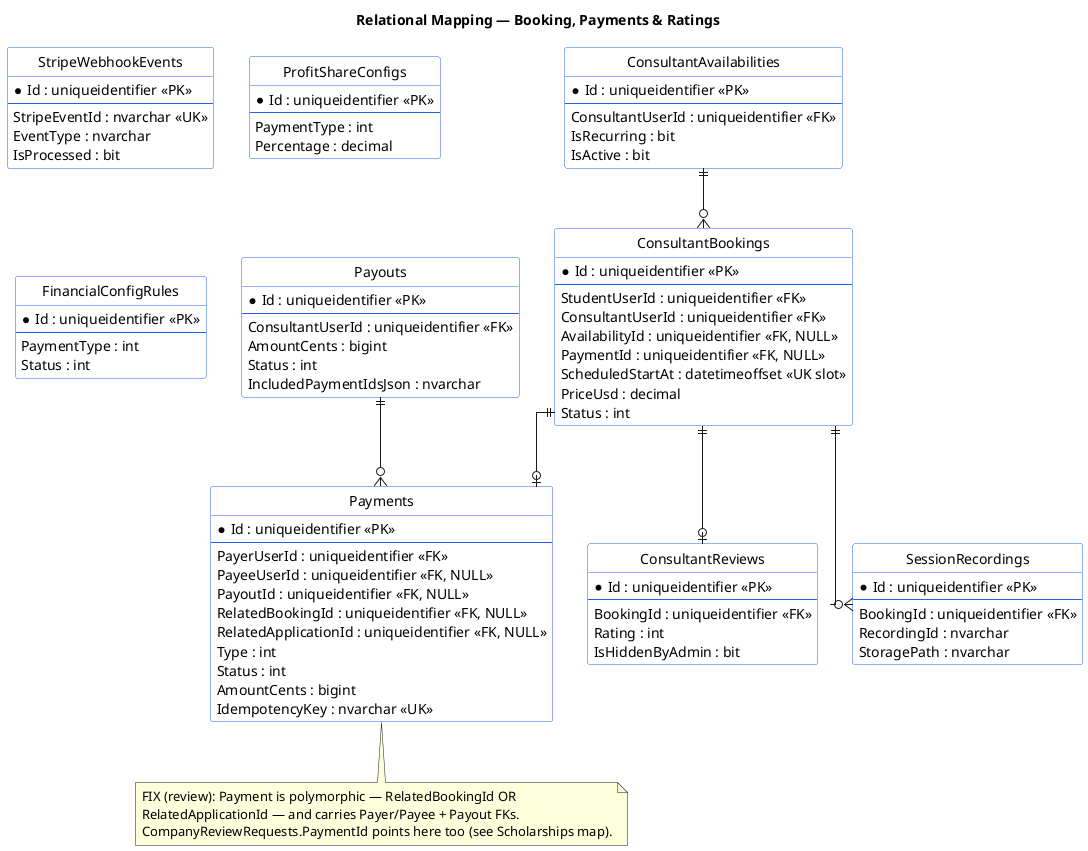
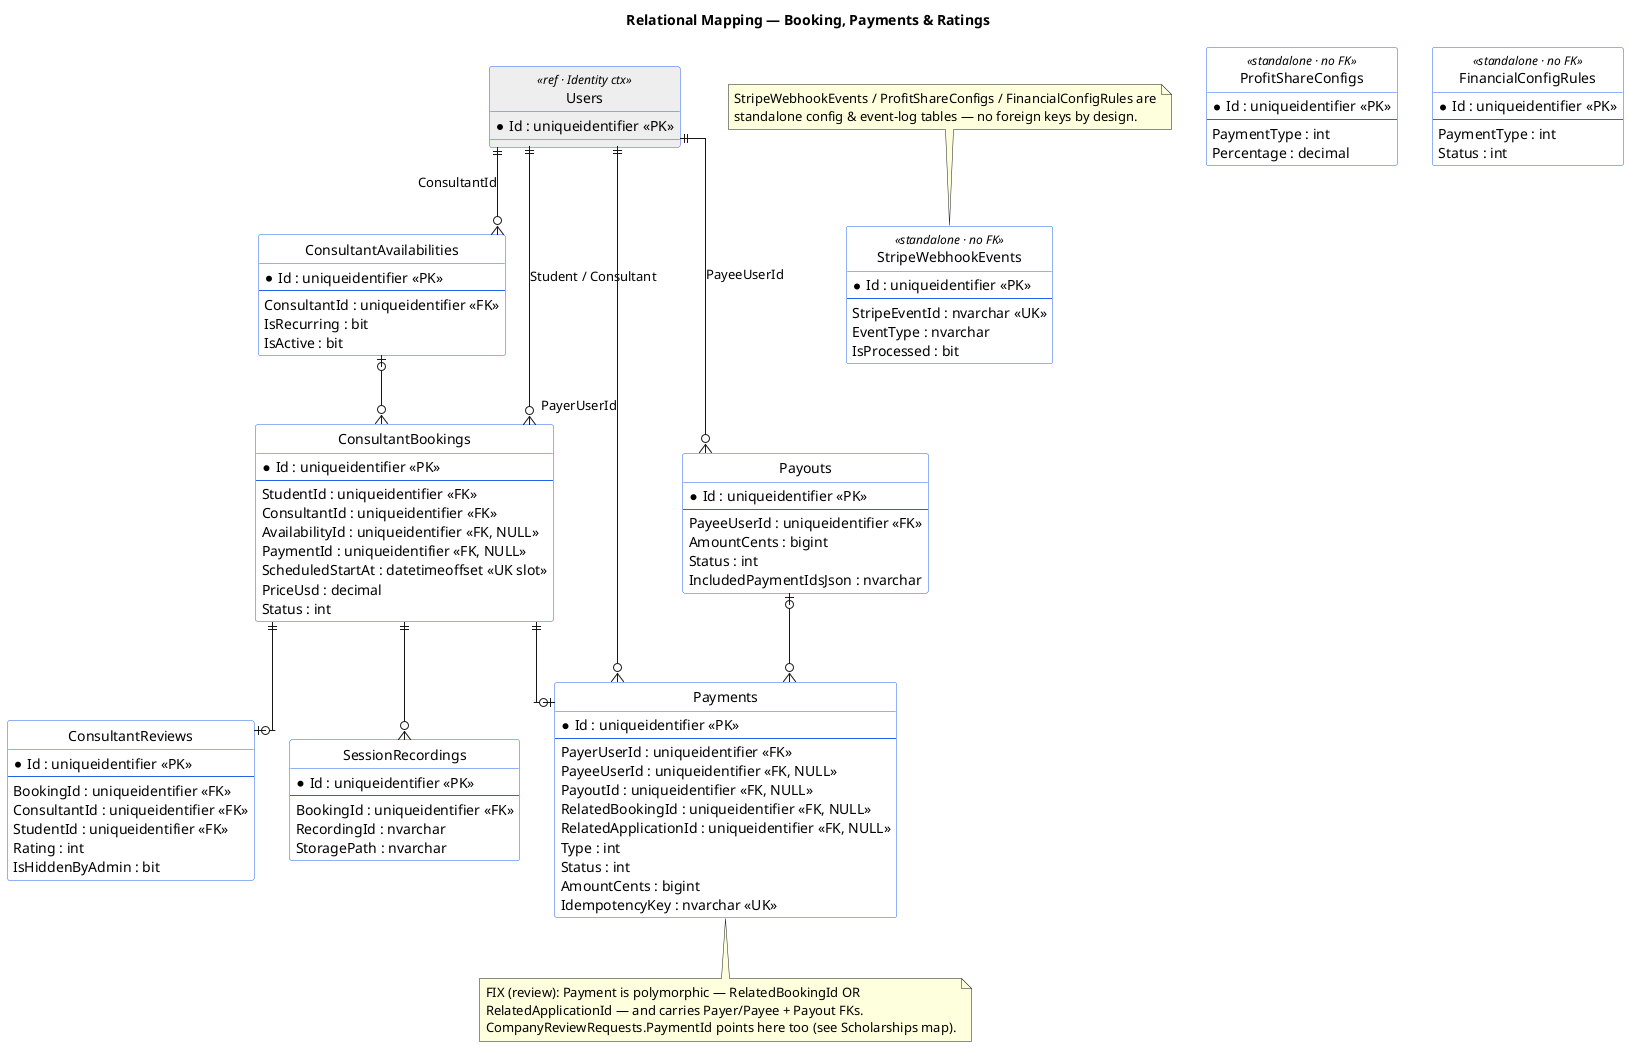
@startuml mapping-03-booking-payments-ratings
title Relational Mapping — Booking, Payments & Ratings

skinparam linetype ortho
hide circle
skinparam class {
  BackgroundColor White
  BorderColor #2563eb
}

+ entity "Users" as users <<ref · Identity ctx>> #EEEEEE {
+   *Id : uniqueidentifier <<PK>>
+ }
+ 
entity "ConsultantAvailabilities" as av {
  *Id : uniqueidentifier <<PK>>
  --
-   ConsultantUserId : uniqueidentifier <<FK>>
+   ConsultantId : uniqueidentifier <<FK>>
  IsRecurring : bit
  IsActive : bit
}

entity "ConsultantBookings" as bk {
  *Id : uniqueidentifier <<PK>>
  --
-   StudentUserId : uniqueidentifier <<FK>>
-   ConsultantUserId : uniqueidentifier <<FK>>
+   StudentId : uniqueidentifier <<FK>>
+   ConsultantId : uniqueidentifier <<FK>>
  AvailabilityId : uniqueidentifier <<FK, NULL>>
  PaymentId : uniqueidentifier <<FK, NULL>>
  ScheduledStartAt : datetimeoffset <<UK slot>>
  PriceUsd : decimal
  Status : int
}

entity "Payments" as pay {
  *Id : uniqueidentifier <<PK>>
  --
  PayerUserId : uniqueidentifier <<FK>>
  PayeeUserId : uniqueidentifier <<FK, NULL>>
  PayoutId : uniqueidentifier <<FK, NULL>>
  RelatedBookingId : uniqueidentifier <<FK, NULL>>
  RelatedApplicationId : uniqueidentifier <<FK, NULL>>
  Type : int
  Status : int
  AmountCents : bigint
  IdempotencyKey : nvarchar <<UK>>
}

entity "Payouts" as po {
  *Id : uniqueidentifier <<PK>>
  --
-   ConsultantUserId : uniqueidentifier <<FK>>
+   PayeeUserId : uniqueidentifier <<FK>>
  AmountCents : bigint
  Status : int
  IncludedPaymentIdsJson : nvarchar
}

entity "ConsultantReviews" as rev {
  *Id : uniqueidentifier <<PK>>
  --
  BookingId : uniqueidentifier <<FK>>
+   ConsultantId : uniqueidentifier <<FK>>
+   StudentId : uniqueidentifier <<FK>>
  Rating : int
  IsHiddenByAdmin : bit
}

entity "SessionRecordings" as rec {
  *Id : uniqueidentifier <<PK>>
  --
  BookingId : uniqueidentifier <<FK>>
  RecordingId : nvarchar
  StoragePath : nvarchar
}

- entity "StripeWebhookEvents" as swe {
+ entity "StripeWebhookEvents" as swe <<standalone · no FK>> {
  *Id : uniqueidentifier <<PK>>
  --
  StripeEventId : nvarchar <<UK>>
  EventType : nvarchar
  IsProcessed : bit
}

- entity "ProfitShareConfigs" as psc {
+ entity "ProfitShareConfigs" as psc <<standalone · no FK>> {
  *Id : uniqueidentifier <<PK>>
  --
  PaymentType : int
  Percentage : decimal
}

- entity "FinancialConfigRules" as fcr {
+ entity "FinancialConfigRules" as fcr <<standalone · no FK>> {
  *Id : uniqueidentifier <<PK>>
  --
  PaymentType : int
  Status : int
}

- av ||--o{ bk
- bk ||--o| pay
- bk ||--o| rev
- bk ||--o{ rec
- po ||--o{ pay
+ ' ----- intra-context FKs -----
+ av  |o--o{ bk
+ bk  ||--o| pay
+ bk  ||--o| rev
+ bk  ||--o{ rec
+ po  |o--o{ pay
+ 
+ ' ----- cross-context FKs -----
+ users ||--o{ av  : ConsultantId
+ users ||--o{ bk  : Student / Consultant
+ users ||--o{ pay : PayerUserId
+ users ||--o{ po  : PayeeUserId

note bottom of pay
  FIX (review): Payment is polymorphic — RelatedBookingId OR
  RelatedApplicationId — and carries Payer/Payee + Payout FKs.
  CompanyReviewRequests.PaymentId points here too (see Scholarships map).
end note
+ 
+ note top of swe
+   StripeWebhookEvents / ProfitShareConfigs / FinancialConfigRules are
+   standalone config & event-log tables — no foreign keys by design.
+ end note
@enduml
